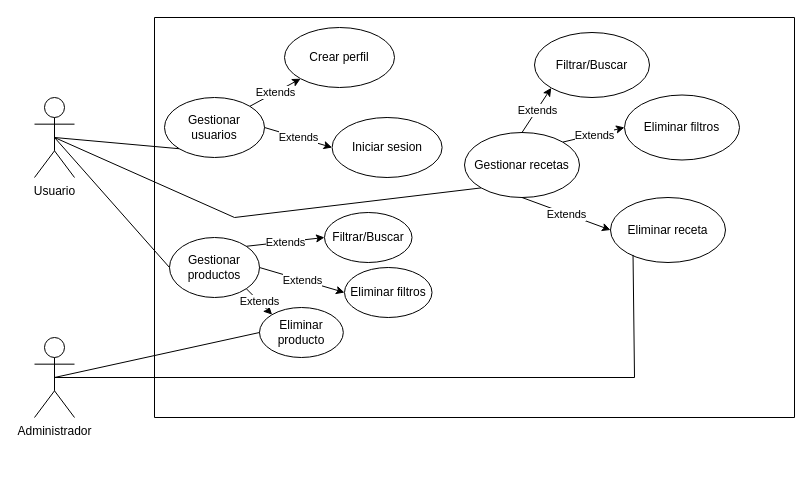
Before: diagramas/diagrama-casos-uso.drawio in Jootgitoo/proyecto-final, a draw.io diagram. Source tidied: cells renumbered, new cells numbered last; positions are measured from the earlier drawing's top-left corner, leaving out a move shared by most shapes. Both pictures are drawn from the tidied source at 100%, with x=0, y=0 at pixel (34, 17).
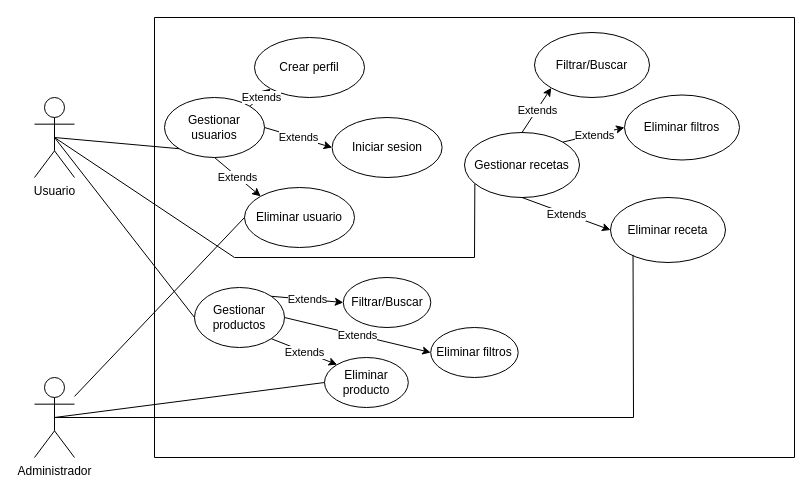
Above is the later version.

Unchanged cells that the change refers to:
```xml
<mxCell id="5" value="Gestionar usuarios" style="ellipse;whiteSpace=wrap;html=1;" parent="2" vertex="1">
  <mxGeometry x="10" y="80" width="100" height="60" as="geometry" />
</mxCell>
<mxCell id="9" value="Gestionar recetas" style="ellipse;whiteSpace=wrap;html=1;" parent="2" vertex="1">
  <mxGeometry x="310" y="115" width="115" height="65" as="geometry" />
</mxCell>
<mxCell id="21" value="Eliminar receta" style="ellipse;whiteSpace=wrap;html=1;" parent="2" vertex="1">
  <mxGeometry x="456" y="180" width="115" height="65" as="geometry" />
</mxCell>
<mxCell id="30" value="Usuario" style="shape=umlActor;verticalLabelPosition=bottom;verticalAlign=top;html=1;outlineConnect=0;" parent="1" vertex="1">
  <mxGeometry y="80" width="40" height="80" as="geometry" />
</mxCell>
```

The edit, as a diff of the source:
```diff
@@
     <mxCell id="2" style="swimlane;startSize=0;" parent="1" vertex="1">
-      <mxGeometry x="120" width="640" height="400" as="geometry" />
+      <mxGeometry x="120" width="640" height="440" as="geometry" />
     </mxCell>
     <mxCell id="3" value="Gestionar productos" style="ellipse;whiteSpace=wrap;html=1;" parent="2" vertex="1">
-      <mxGeometry x="15" y="220" width="90" height="60" as="geometry" />
+      <mxGeometry x="40" y="270" width="90" height="60" as="geometry" />
     </mxCell>
     <mxCell id="4" value="Filtrar/Buscar" style="ellipse;whiteSpace=wrap;html=1;" parent="2" vertex="1">
-      <mxGeometry x="170" y="195" width="87.5" height="50" as="geometry" />
+      <mxGeometry x="188.8" y="260" width="87.5" height="50" as="geometry" />
     </mxCell>
@@
     <mxCell id="6" value="Crear perfil" style="ellipse;whiteSpace=wrap;html=1;" parent="2" vertex="1">
-      <mxGeometry x="130" y="10" width="110" height="60" as="geometry" />
+      <mxGeometry x="100" y="20" width="110" height="60" as="geometry" />
     </mxCell>
@@
     <mxCell id="18" value="Eliminar producto" style="ellipse;whiteSpace=wrap;html=1;" parent="2" vertex="1">
-      <mxGeometry x="105" y="290" width="83.8" height="50" as="geometry" />
+      <mxGeometry x="170" y="340" width="83.8" height="50" as="geometry" />
     </mxCell>
@@
     <mxCell id="27" value="Eliminar filtros" style="ellipse;whiteSpace=wrap;html=1;" parent="2" vertex="1">
-      <mxGeometry x="190" y="250" width="87.5" height="50" as="geometry" />
+      <mxGeometry x="276.2" y="310" width="87.5" height="50" as="geometry" />
     </mxCell>
@@
+    <mxCell id="37" value="Eliminar usuario" style="ellipse;whiteSpace=wrap;html=1;" parent="2" vertex="1">
+      <mxGeometry x="90" y="170" width="110" height="60" as="geometry" />
+    </mxCell>
+    <mxCell id="38" style="endArrow=classic;html=1;rounded=0;entryX=0;entryY=0;entryDx=0;entryDy=0;exitX=0.5;exitY=1;exitDx=0;exitDy=0;" parent="2" edge="1" source="5" target="37">
+      <mxGeometry relative="1" as="geometry" />
+    </mxCell>
+    <mxCell id="39" value="Extends" style="edgeLabel;html=1;align=center;verticalAlign=middle;" parent="38" vertex="1">
+      <mxGeometry relative="1" as="geometry" />
+    </mxCell>
@@
     <mxCell id="31" value="Administrador" style="shape=umlActor;verticalLabelPosition=bottom;verticalAlign=top;html=1;outlineConnect=0;" parent="1" vertex="1">
-      <mxGeometry y="320" width="40" height="80" as="geometry" />
+      <mxGeometry y="360" width="40" height="80" as="geometry" />
     </mxCell>
@@
-    <mxCell id="34" style="endArrow=none;html=1;rounded=0;exitX=0.5;exitY=0.5;exitDx=0;exitDy=0;exitPerimeter=0;entryX=0;entryY=1;entryDx=0;entryDy=0;" parent="1" edge="1" source="30" target="9">
+    <mxCell id="34" style="endArrow=none;html=1;rounded=0;exitX=0.5;exitY=0.5;exitDx=0;exitDy=0;exitPerimeter=0;entryX=0.09;entryY=0.789;entryDx=0;entryDy=0;entryPerimeter=0;" parent="1" edge="1" source="30" target="9">
       <mxGeometry relative="1" as="geometry">
         <Array as="points">
-          <mxPoint x="200" y="200" />
+          <mxPoint x="200" y="240" />
+          <mxPoint x="440" y="240" />
         </Array>
       </mxGeometry>
     </mxCell>
@@
     <mxCell id="36" style="endArrow=none;html=1;rounded=0;exitX=0.5;exitY=0.5;exitDx=0;exitDy=0;exitPerimeter=0;entryX=0.196;entryY=0.884;entryDx=0;entryDy=0;entryPerimeter=0;" parent="1" edge="1" source="31" target="21">
       <mxGeometry relative="1" as="geometry">
         <Array as="points">
-          <mxPoint x="600" y="360" />
+          <mxPoint x="599" y="400" />
         </Array>
       </mxGeometry>
     </mxCell>
+    <mxCell id="40" style="endArrow=none;html=1;rounded=0;entryX=0;entryY=0.5;entryDx=0;entryDy=0;" parent="1" edge="1" source="31" target="37">
+      <mxGeometry relative="1" as="geometry" />
+    </mxCell>
```
